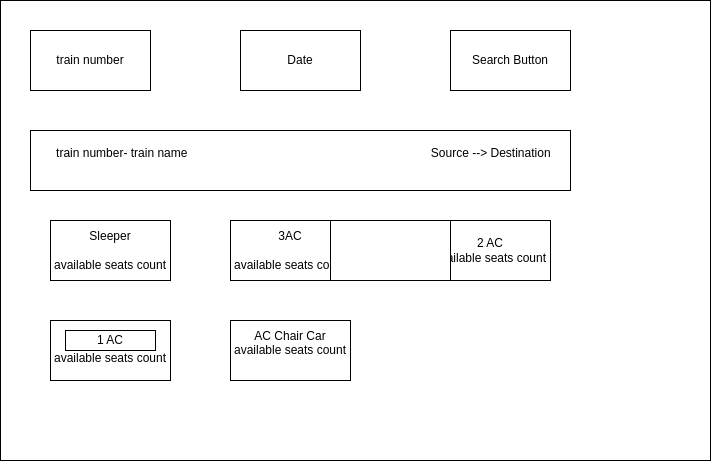
cdac-project-2025/project-diagrams keeps this draw.io diagram as SeatAvailabilityUi.drawio.png. Above is the earlier version. Source tidied: cells renumbered, new cells last; positions are measured from the earlier drawing's top-left corner, leaving out a move shared by most shapes.
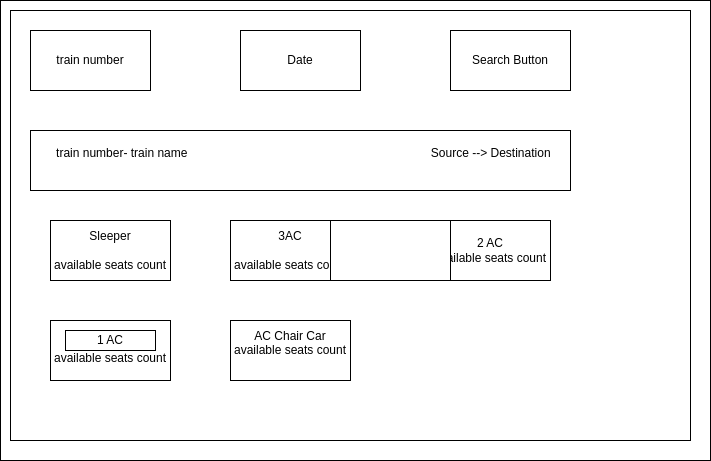
The same diagram one commit later.

Change to the diagram source:
```diff
@@ -5,6 +5,9 @@
     <mxCell id="2" style="rounded=0;whiteSpace=wrap;html=1;" parent="1" vertex="1">
       <mxGeometry width="710" height="460" as="geometry" />
     </mxCell>
+    <mxCell id="14" style="rounded=0;whiteSpace=wrap;html=1;" parent="1" vertex="1">
+      <mxGeometry x="10" y="10" width="680" height="430" as="geometry" />
+    </mxCell>
     <mxCell id="3" value="train number" style="rounded=0;whiteSpace=wrap;html=1;" parent="1" vertex="1">
       <mxGeometry x="30" y="30" width="120" height="60" as="geometry" />
     </mxCell>
```
